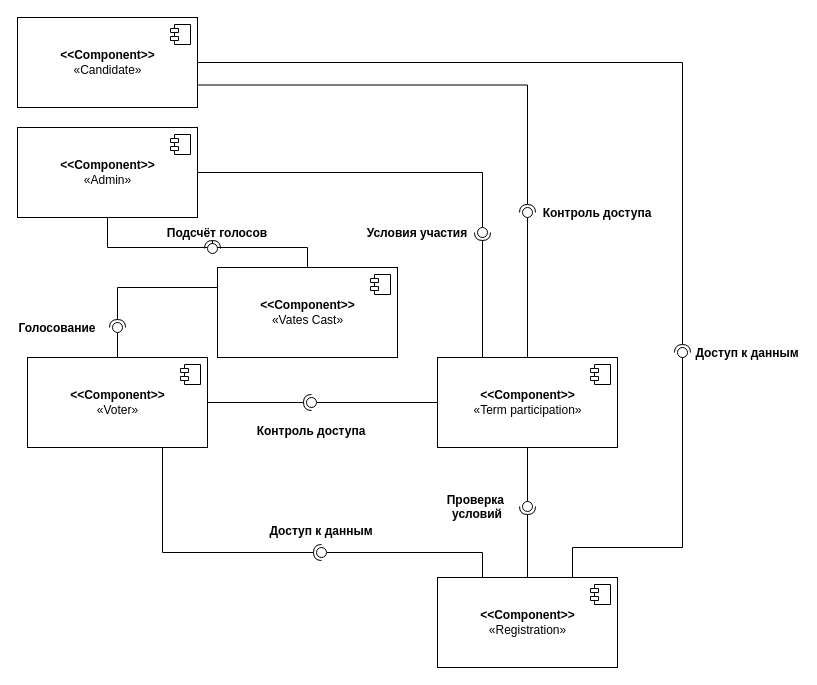
The draw.io diagram Untitled Diagram.drawio in aleksey899/Inter.MixAN, before the edit. Source tidied: cells renumbered, new cells numbered last; positions are measured from the earlier drawing's top-left corner, leaving out a move shared by most shapes. Both pictures are drawn from the tidied source at 100%, with x=0, y=0 at pixel (17, 17).
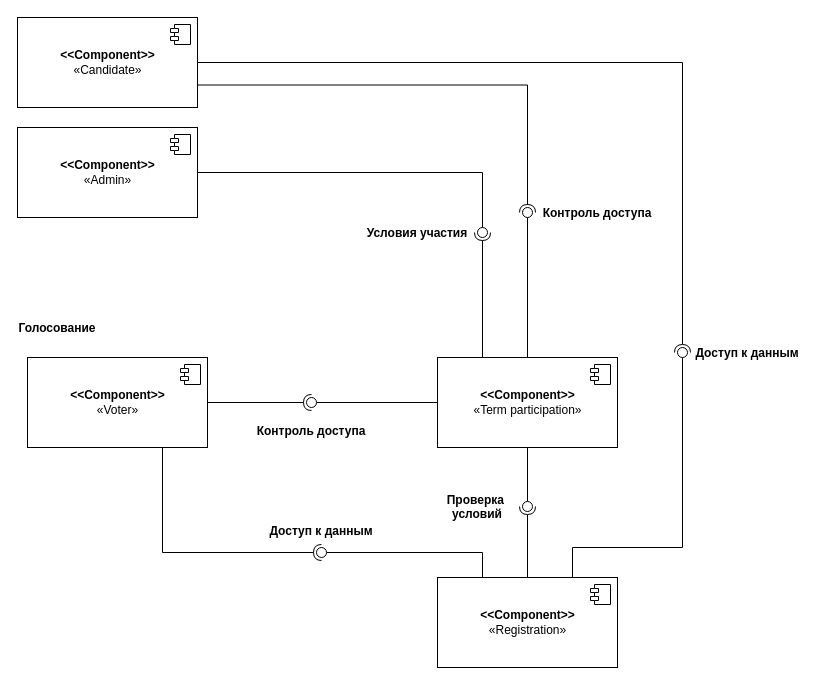
The same page after the edit.

The change refers to these unchanged cells:
```xml
<mxCell id="10" value="&lt;b&gt;&amp;lt;&amp;lt;Component&amp;gt;&amp;gt;&lt;/b&gt;&lt;br&gt;«Voter»" style="html=1;" parent="1" vertex="1">
  <mxGeometry x="10" y="340" width="180" height="90" as="geometry" />
</mxCell>
<mxCell id="12" value="&lt;b&gt;&amp;lt;&amp;lt;Component&amp;gt;&amp;gt;&lt;/b&gt;&lt;br&gt;«Admin»" style="html=1;" parent="1" vertex="1">
  <mxGeometry y="110" width="180" height="90" as="geometry" />
</mxCell>
```

Change to the diagram source:
```diff
@@
-    <mxCell id="2" value="&lt;b&gt;&amp;lt;&amp;lt;Component&amp;gt;&amp;gt;&lt;/b&gt;&lt;br&gt;«Vates Cast»" style="html=1;" parent="1" vertex="1">
-      <mxGeometry x="200" y="250" width="180" height="90" as="geometry" />
-    </mxCell>
-    <mxCell id="3" style="shape=module;jettyWidth=8;jettyHeight=4;" parent="2" vertex="1">
-      <mxGeometry x="1" width="20" height="20" relative="1" as="geometry">
-        <mxPoint x="-27" y="7" as="offset" />
-      </mxGeometry>
-    </mxCell>
@@
-    <mxCell id="20" style="rounded=0;jettySize=auto;html=1;endArrow=none;endFill=0;sketch=0;sourcePerimeterSpacing=0;targetPerimeterSpacing=0;exitX=0.5;exitY=0;exitDx=0;exitDy=0;startArrow=none;startFill=0;" parent="1" edge="1" source="10" target="22">
-      <mxGeometry relative="1" as="geometry" />
-    </mxCell>
-    <mxCell id="21" style="rounded=0;jettySize=auto;html=1;endArrow=halfCircle;endFill=0;entryX=0.5;entryY=0.5;endSize=6;strokeWidth=1;sketch=0;exitX=0;exitY=0.5;exitDx=0;exitDy=0;edgeStyle=orthogonalEdgeStyle;" parent="1" edge="1" source="2" target="22">
-      <mxGeometry relative="1" as="geometry">
-        <Array as="points">
-          <mxPoint x="100" y="270" />
-        </Array>
-      </mxGeometry>
-    </mxCell>
-    <mxCell id="22" style="ellipse;whiteSpace=wrap;html=1;align=center;points=[];outlineConnect=0;sketch=0;" parent="1" vertex="1">
-      <mxGeometry x="95" y="305" width="10" height="10" as="geometry" />
-    </mxCell>
@@
-    <mxCell id="42" style="rounded=0;jettySize=auto;html=1;endArrow=none;endFill=0;sketch=0;sourcePerimeterSpacing=0;targetPerimeterSpacing=0;exitX=0.5;exitY=1;exitDx=0;exitDy=0;edgeStyle=orthogonalEdgeStyle;" parent="1" edge="1" source="12" target="44">
-      <mxGeometry relative="1" as="geometry">
-        <Array as="points">
-          <mxPoint x="90" y="230" />
-          <mxPoint x="200" y="230" />
-        </Array>
-      </mxGeometry>
-    </mxCell>
-    <mxCell id="43" style="rounded=0;jettySize=auto;html=1;endArrow=halfCircle;endFill=0;entryX=0.5;entryY=0.5;endSize=6;strokeWidth=1;sketch=0;exitX=0.5;exitY=0;exitDx=0;exitDy=0;edgeStyle=orthogonalEdgeStyle;" parent="1" edge="1" source="2" target="44">
-      <mxGeometry relative="1" as="geometry" />
-    </mxCell>
-    <mxCell id="44" style="ellipse;whiteSpace=wrap;html=1;align=center;points=[];outlineConnect=0;sketch=0;" parent="1" vertex="1">
-      <mxGeometry x="190" y="226" width="10" height="10" as="geometry" />
-    </mxCell>
-    <mxCell id="45" value="Подсчёт голосов" style="text;align=center;fontStyle=1;verticalAlign=middle;spacingLeft=3;spacingRight=3;strokeColor=none;" parent="1" vertex="1">
-      <mxGeometry x="160" y="202" width="80" height="26" as="geometry" />
-    </mxCell>
```
